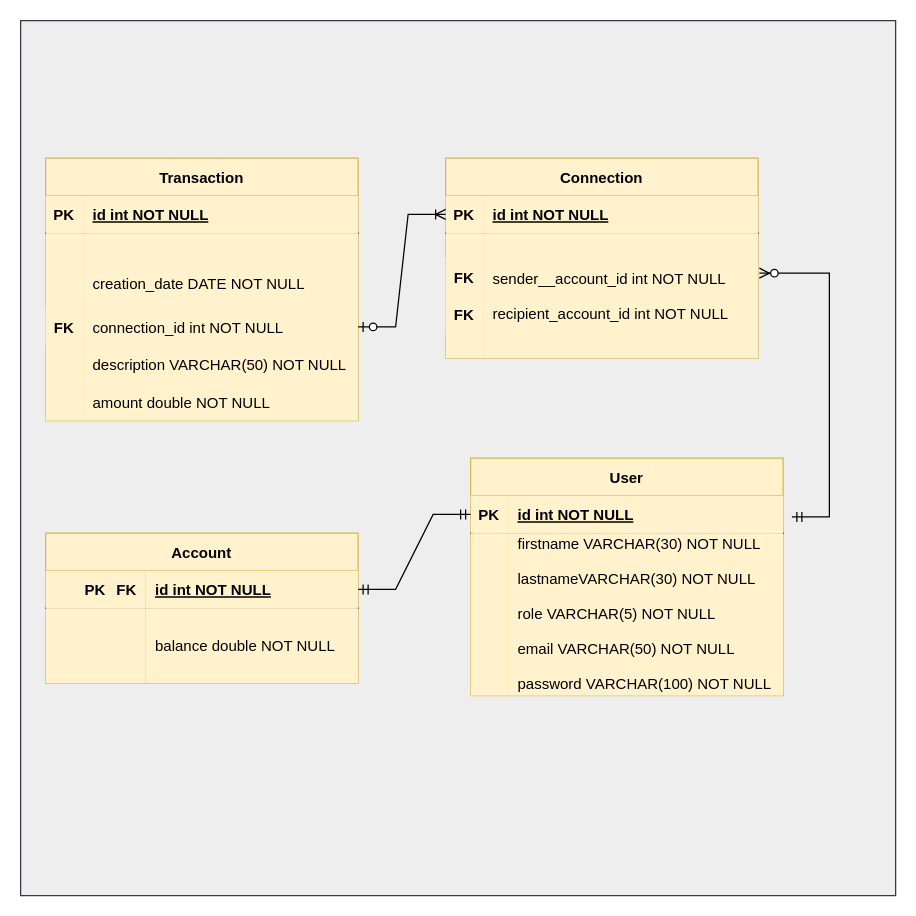
This is mpd-pmb.drawio from PhilAuto83/PayMyBuddy-PM, a draw.io file, before an edit. Source tidied: cells renumbered, new cells numbered last; positions are measured from the earlier drawing's top-left corner, leaving out a move shared by most shapes. Both pictures are drawn from the tidied source at 125%, with x=0, y=0 at pixel (20, 20).
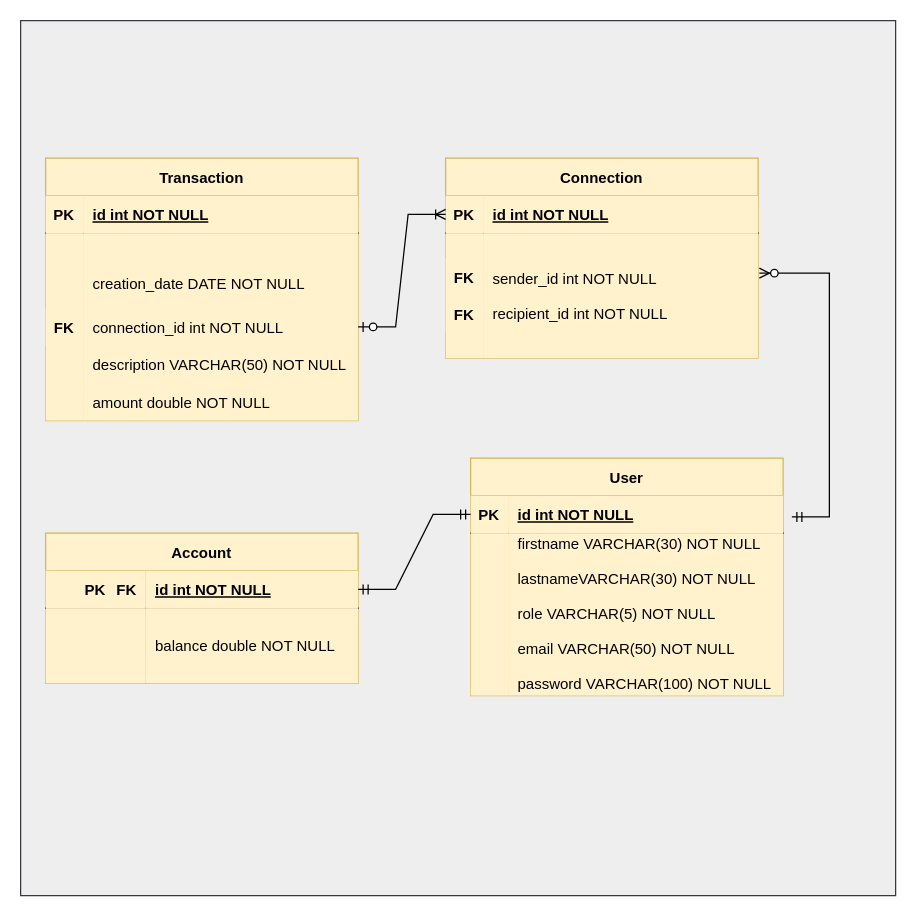
The same diagram, later.

Commit message (it also covers changes not shown here):
fixing uml for mcd and mpd with user connected to connection

The change refers to these unchanged cells:
```xml
<mxCell id="27" style="shape=partialRectangle;fillColor=none;points=[[0,0.5],[1,0.5]];portConstraint=eastwest;top=0;left=0;right=0;bottom=0;" parent="23" vertex="1">
  <mxGeometry y="60" width="250" height="100" as="geometry" />
</mxCell>
```

The edit, as a diff of the source:
```diff
@@
-    <mxCell id="29" value="sender__account_id int NOT NULL&#10;&#10;recipient_account_id int NOT NULL" style="shape=partialRectangle;overflow=hidden;fillColor=#fff2cc;top=0;left=0;bottom=0;right=0;align=left;spacingLeft=6;strokeColor=#d6b656;" parent="27" vertex="1">
+    <mxCell id="29" value="sender_id int NOT NULL&#10;&#10;recipient_id int NOT NULL" style="shape=partialRectangle;overflow=hidden;fillColor=#fff2cc;top=0;left=0;bottom=0;right=0;align=left;spacingLeft=6;strokeColor=#d6b656;" parent="27" vertex="1">
       <mxGeometry x="30" width="220" height="100" as="geometry" />
     </mxCell>
```
